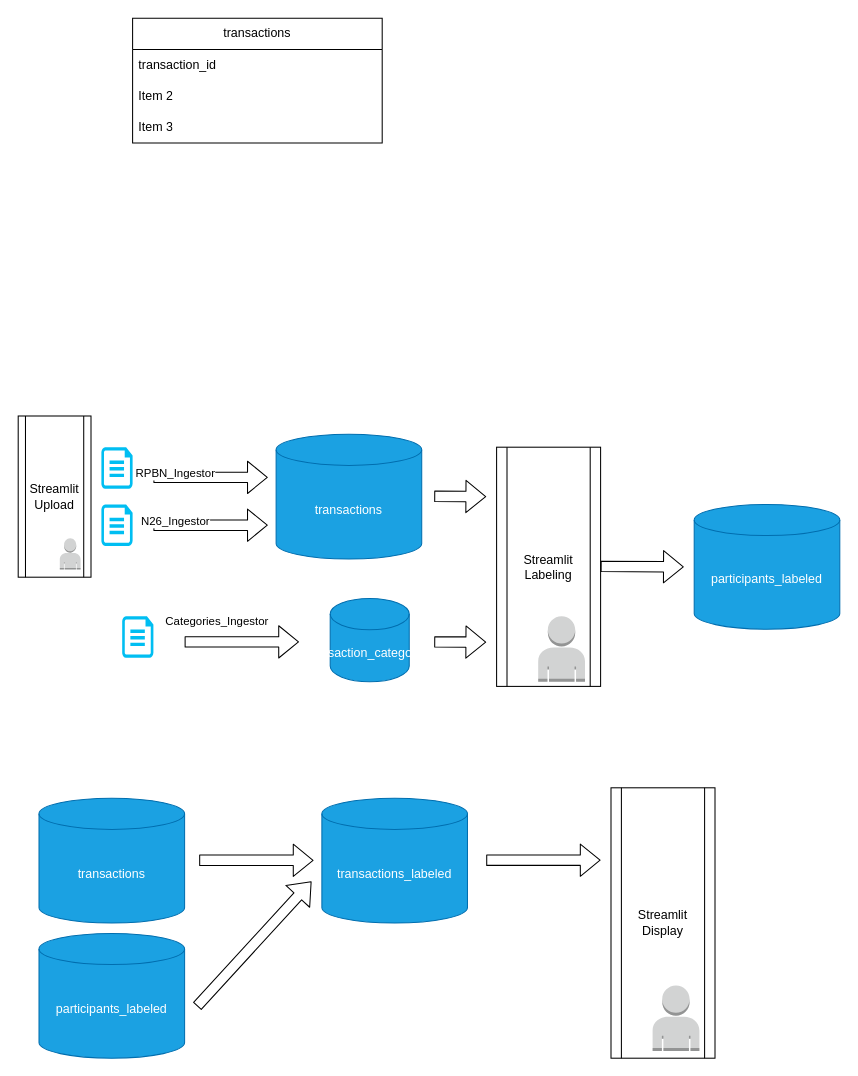
Earlier version of the draw.io diagram drawio/dev_structure.drawio (hanmad95/money-map). Source tidied: cells renumbered, new cells numbered last; positions are measured from the earlier drawing's top-left corner, leaving out a move shared by most shapes. Both pictures are drawn from the tidied source at 104%, with x=0, y=0 at pixel (18, 18).
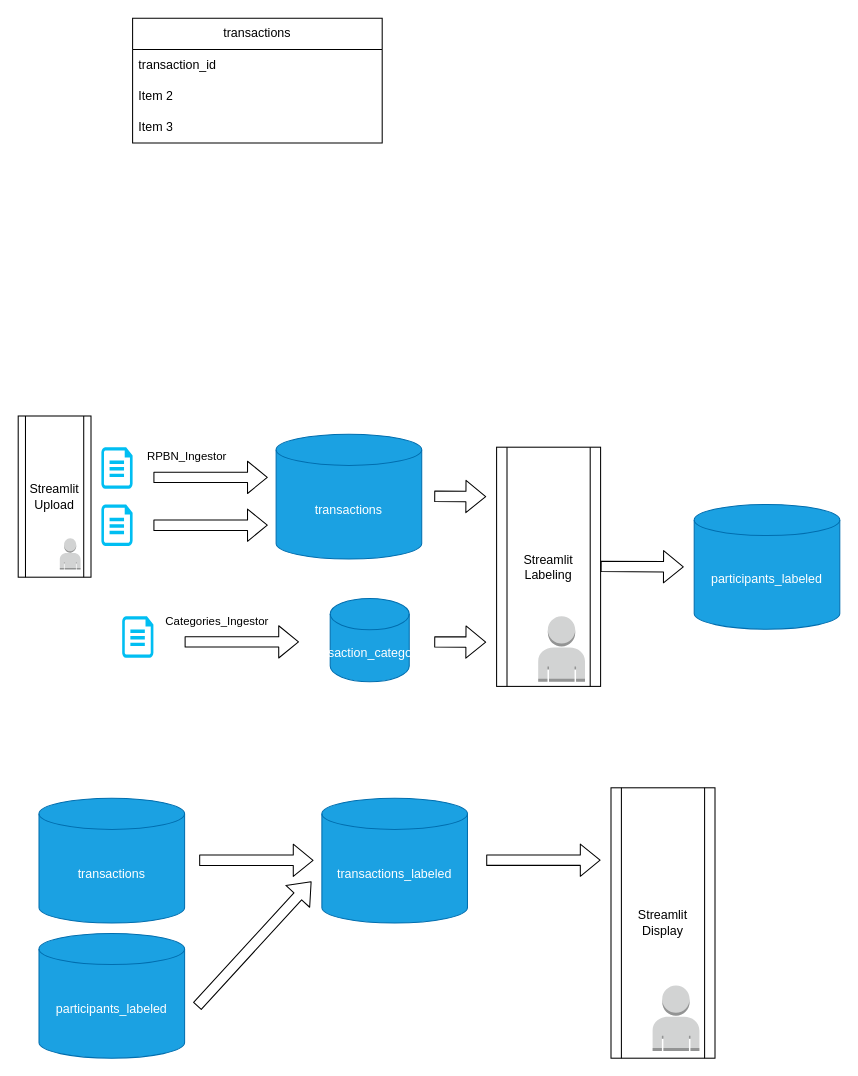
The same page after the edit.

Unchanged cells that the change refers to:
```xml
<mxCell id="3" style="shape=flexArrow;endArrow=classic;html=1;" parent="1" edge="1">
  <mxGeometry relative="1" as="geometry">
    <mxPoint x="130" y="441.5" as="sourcePoint" />
    <mxPoint x="240" y="441.5" as="targetPoint" />
  </mxGeometry>
</mxCell>
<mxCell id="14" style="shape=flexArrow;endArrow=classic;html=1;" parent="1" edge="1">
  <mxGeometry relative="1" as="geometry">
    <mxPoint x="130" y="487.5" as="sourcePoint" />
    <mxPoint x="240" y="487.5" as="targetPoint" />
  </mxGeometry>
</mxCell>
```

The edit, as a diff of the source:
```diff
@@
     <mxCell id="4" value="RPBN_Ingestor" style="edgeLabel;html=1;align=center;verticalAlign=middle;" parent="3" vertex="1">
-      <mxGeometry x="-0.64" y="4" relative="1" as="geometry" />
+      <mxGeometry x="-0.64" y="4" relative="1" as="geometry">
+        <mxPoint x="11" y="-17" as="offset" />
+      </mxGeometry>
     </mxCell>
@@
-    <mxCell id="15" value="N26_Ingestor" style="edgeLabel;html=1;align=center;verticalAlign=middle;" parent="14" vertex="1">
-      <mxGeometry x="-0.64" y="4" relative="1" as="geometry" />
-    </mxCell>
```
